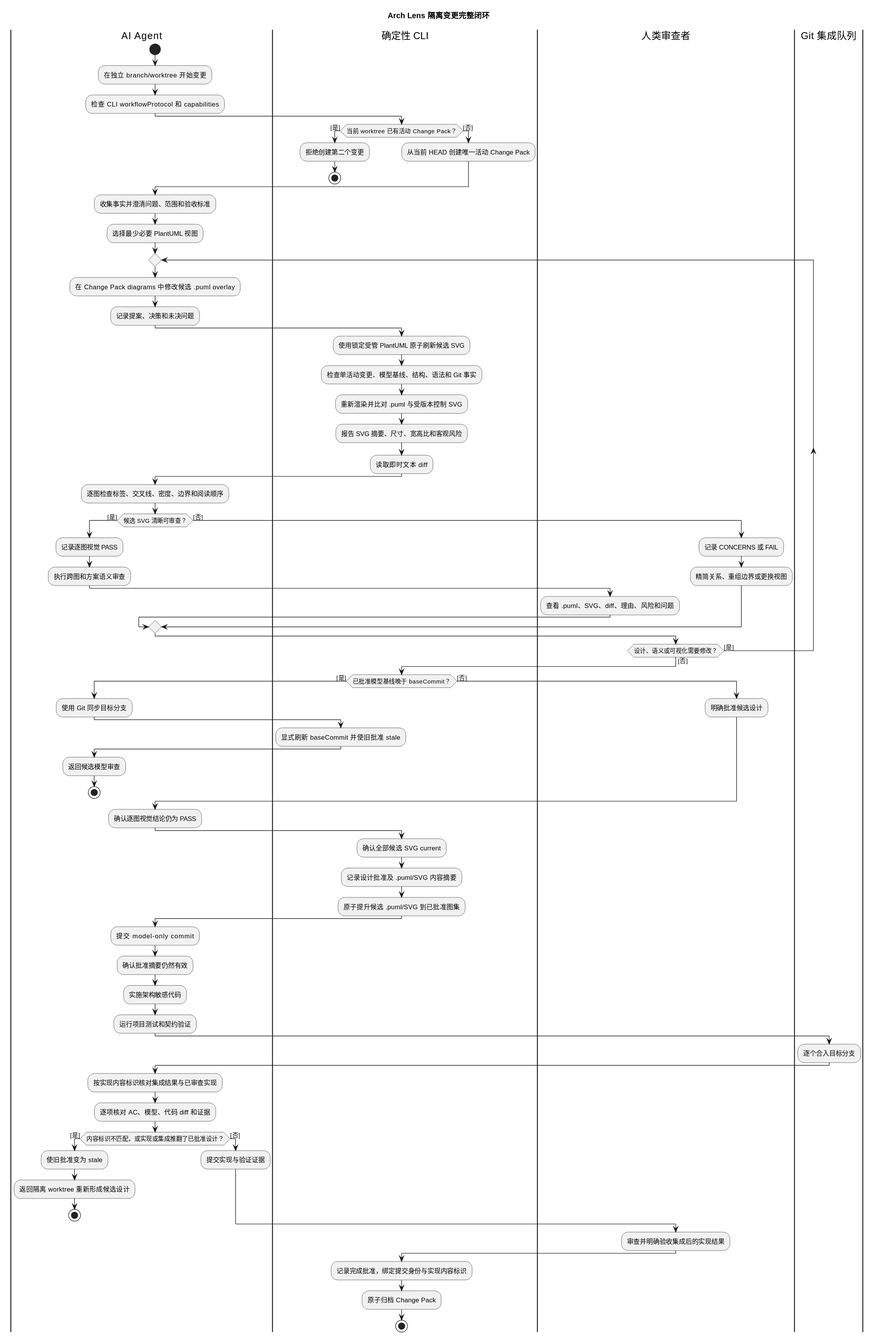
This is .arch-lens/changes/rebase-stable-completion-evidence/rendered/modeling-review.activity.svg from spec-alchemy/arch-lens, a PlantUML export, as it was before one commit. Source of this version:
```plantuml
@startuml
title Arch Lens 隔离变更完整闭环

|AI Agent|
start
:在独立 branch/worktree 开始变更;
:检查 CLI workflowProtocol 和 capabilities;
|确定性 CLI|
if (当前 worktree 已有活动 Change Pack？) then ([是])
  :拒绝创建第二个变更;
  stop
else ([否])
  :从当前 HEAD 创建唯一活动 Change Pack;
endif

|AI Agent|
:收集事实并澄清问题、范围和验收标准;
:选择最少必要 PlantUML 视图;

repeat
  :在 Change Pack diagrams 中修改候选 .puml overlay;
  :记录提案、决策和未决问题;
  |确定性 CLI|
  :使用锁定受管 PlantUML 原子刷新候选 SVG;
  :检查单活动变更、模型基线、结构、语法和 Git 事实;
  :重新渲染并比对 .puml 与受版本控制 SVG;
  :报告 SVG 摘要、尺寸、宽高比和客观风险;
  :读取即时文本 diff;
  |AI Agent|
  :逐图检查标签、交叉线、密度、边界和阅读顺序;
  if (候选 SVG 清晰可审查？) then ([是])
    :记录逐图视觉 PASS;
    :执行跨图和方案语义审查;
    |人类审查者|
    :查看 .puml、SVG、diff、理由、风险和问题;
  else ([否])
    :记录 CONCERNS 或 FAIL;
    :精简关系、重组边界或更换视图;
  endif
repeat while (设计、语义或可视化需要修改？) is ([是]) not ([否])

|确定性 CLI|
if (已批准模型基线晚于 baseCommit？) then ([是])
  |AI Agent|
  :使用 Git 同步目标分支;
  |确定性 CLI|
  :显式刷新 baseCommit 并使旧批准 stale;
  |AI Agent|
  :返回候选模型审查;
  stop
else ([否])
  |人类审查者|
  :明确批准候选设计;
endif

|AI Agent|
:确认逐图视觉结论仍为 PASS;
|确定性 CLI|
:确认全部候选 SVG current;
:记录设计批准及 .puml/SVG 内容摘要;
:原子提升候选 .puml/SVG 到已批准图集;
|AI Agent|
:提交 model-only commit;
:确认批准摘要仍然有效;
:实施架构敏感代码;
:运行项目测试和契约验证;

|Git 集成队列|
:逐个合入目标分支;
|AI Agent|
:按实现内容标识核对集成结果与已审查实现;
:逐项核对 AC、模型、代码 diff 和证据;

if (内容标识不匹配，或实现或集成推翻了已批准设计？) then ([是])
  :使旧批准变为 stale;
  :返回隔离 worktree 重新形成候选设计;
  stop
else ([否])
  :提交实现与验证证据;
endif

|人类审查者|
:审查并明确验收集成后的实现结果;
|确定性 CLI|
:记录完成批准，绑定提交身份与实现内容标识;
:原子归档 Change Pack;
stop
@enduml
```
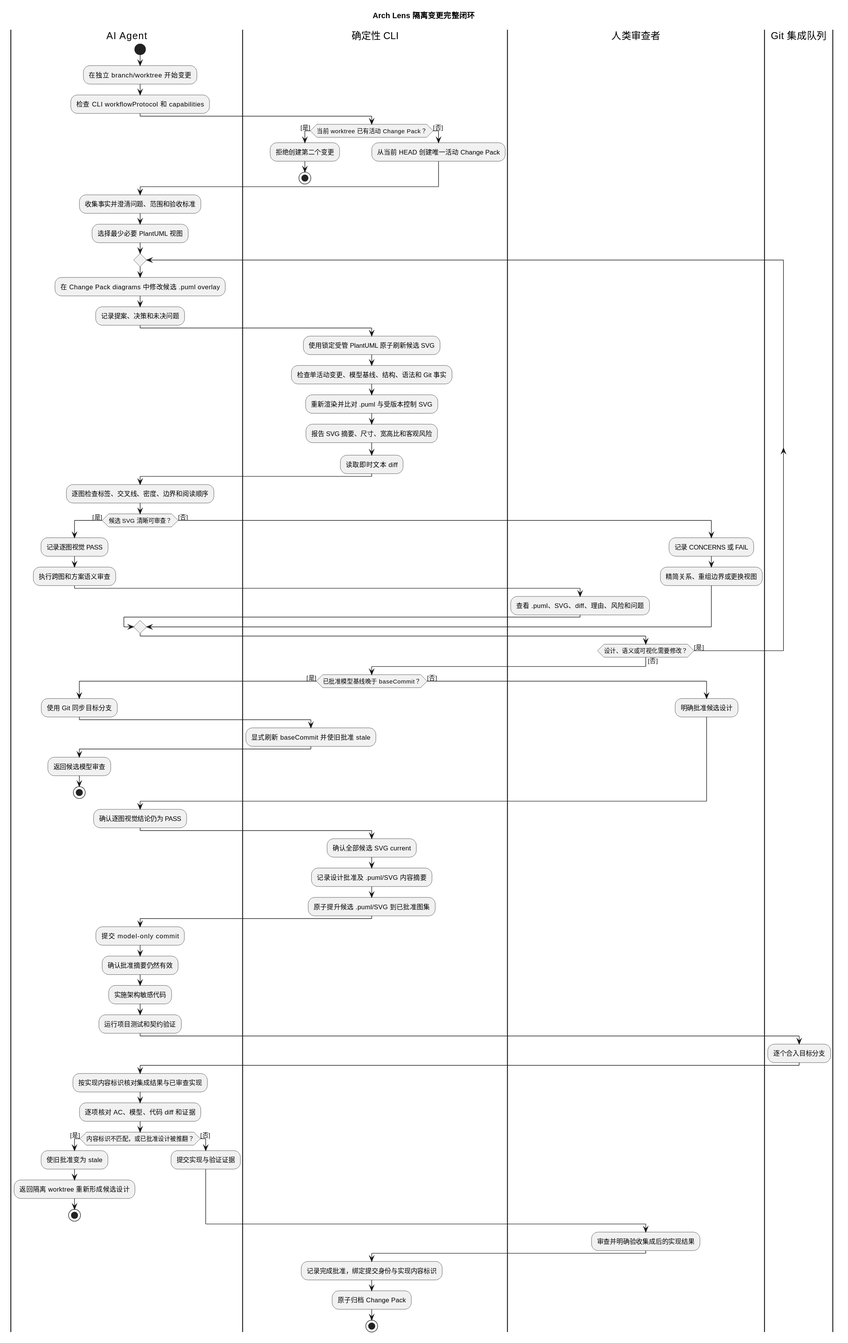
The same file after the commit.

Diff of the diagram source:
```diff
@@ -71,7 +71,7 @@
 :按实现内容标识核对集成结果与已审查实现;
 :逐项核对 AC、模型、代码 diff 和证据;
 
-if (内容标识不匹配，或实现或集成推翻了已批准设计？) then ([是])
+if (内容标识不匹配，或已批准设计被推翻？) then ([是])
   :使旧批准变为 stale;
   :返回隔离 worktree 重新形成候选设计;
   stop
```
